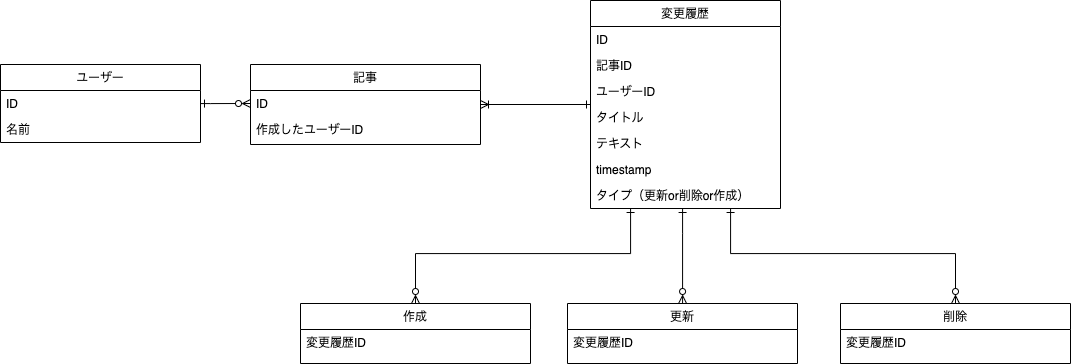
Earlier version of the draw.io export db/reconsideration/DB5 Diagram.drawio.png (yuikoito/PrAhaChallenge). Source tidied: cells renumbered, new cells last; positions are measured from the earlier drawing's top-left corner, leaving out a move shared by most shapes.
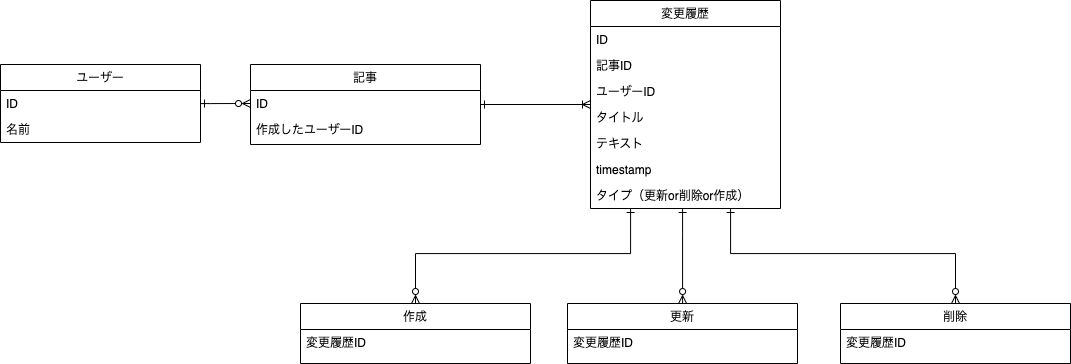
The same file after the commit.

Diff of the diagram source:
```diff
@@ -67,7 +67,7 @@
     <mxCell id="16" value="タイプ（更新or削除or作成）" style="text;align=left;verticalAlign=top;spacingLeft=4;spacingRight=4;overflow=hidden;" parent="9" vertex="1">
       <mxGeometry y="182" width="190" height="26" as="geometry" />
     </mxCell>
-    <mxCell id="17" style="edgeStyle=orthogonalEdgeStyle;rounded=0;jettySize=auto;html=1;startArrow=ERoneToMany;startFill=0;endArrow=ERone;endFill=0;" parent="1" edge="1" source="18" target="9">
+    <mxCell id="17" style="edgeStyle=orthogonalEdgeStyle;rounded=0;jettySize=auto;html=1;startArrow=ERone;startFill=0;endArrow=ERoneToMany;endFill=0;" parent="1" edge="1" source="18" target="9">
       <mxGeometry relative="1" as="geometry" />
     </mxCell>
     <mxCell id="18" value="記事" style="swimlane;fontStyle=0;align=center;verticalAlign=top;horizontal=1;startSize=26;rounded=0;shadow=0;strokeWidth=1;" parent="1" vertex="1">
```
